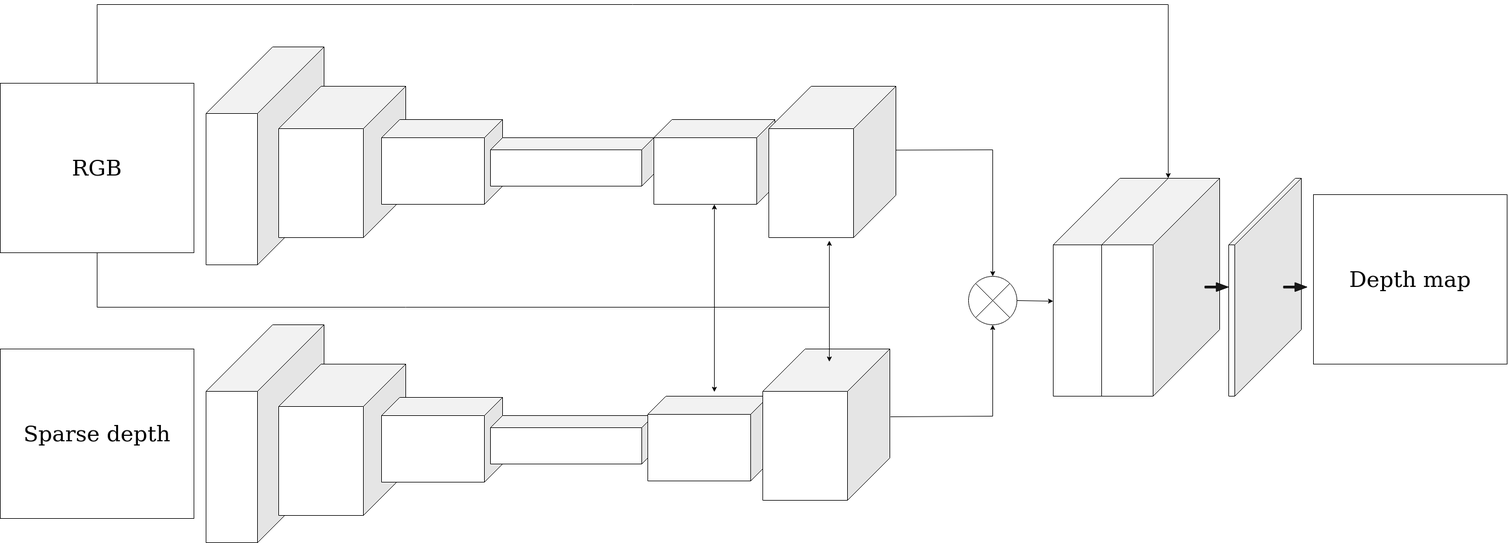
Before: model_architecture.drawio.png, a diagram exported from draw.io (dimarapis/LightweightDepthCompletion). Source tidied: cells renumbered, new cells last; positions are measured from the earlier drawing's top-left corner, leaving out a move shared by most shapes. The source it was exported from:
```xml
<mxGraphModel>
  <root>
    <mxCell id="0" />
    <mxCell id="1" parent="0" />
    <mxCell id="2" style="shape=cube;whiteSpace=wrap;html=1;boundedLbl=1;backgroundOutline=1;darkOpacity=0.05;darkOpacity2=0.1;flipH=1;size=110;" parent="1" vertex="1">
      <mxGeometry x="340" y="70" width="195" height="360" as="geometry" />
    </mxCell>
    <mxCell id="3" style="shape=cube;whiteSpace=wrap;html=1;boundedLbl=1;backgroundOutline=1;darkOpacity=0.05;darkOpacity2=0.1;flipH=1;size=70;" parent="1" vertex="1">
      <mxGeometry x="460" y="135" width="210" height="250" as="geometry" />
    </mxCell>
    <mxCell id="4" style="shape=cube;whiteSpace=wrap;html=1;boundedLbl=1;backgroundOutline=1;darkOpacity=0.05;darkOpacity2=0.1;flipH=1;size=30;" parent="1" vertex="1">
      <mxGeometry x="630" y="190" width="200" height="140" as="geometry" />
    </mxCell>
    <mxCell id="5" style="shape=cube;whiteSpace=wrap;html=1;boundedLbl=1;backgroundOutline=1;darkOpacity=0.05;darkOpacity2=0.1;flipH=1;size=20;" parent="1" vertex="1">
      <mxGeometry x="810" y="220" width="270" height="80" as="geometry" />
    </mxCell>
    <mxCell id="6" value="&lt;div style=&quot;font-size: 36px;&quot;&gt;RGB&lt;/div&gt;" style="rounded=0;whiteSpace=wrap;html=1;" parent="1" vertex="1">
      <mxGeometry y="130" width="320" height="280" as="geometry" />
    </mxCell>
    <mxCell id="7" value="&lt;div style=&quot;font-size: 36px;&quot;&gt;Sparse depth&lt;br&gt;&lt;/div&gt;" style="rounded=0;whiteSpace=wrap;html=1;" parent="1" vertex="1">
      <mxGeometry y="569" width="320" height="280" as="geometry" />
    </mxCell>
    <mxCell id="8" style="endArrow=classic;html=1;rounded=0;fontSize=36;exitX=0.5;exitY=1;exitDx=0;exitDy=0;" parent="1" edge="1" source="6">
      <mxGeometry relative="1" as="geometry">
        <mxPoint x="1180" y="330" as="targetPoint" />
        <Array as="points">
          <mxPoint x="160" y="500" />
          <mxPoint x="1180" y="500" />
        </Array>
      </mxGeometry>
    </mxCell>
    <mxCell id="9" style="endArrow=classic;html=1;rounded=0;fontSize=36;" parent="1" edge="1">
      <mxGeometry relative="1" as="geometry">
        <mxPoint x="1170" y="500" as="sourcePoint" />
        <mxPoint x="1370" y="390" as="targetPoint" />
        <Array as="points">
          <mxPoint x="1370" y="500" />
        </Array>
      </mxGeometry>
    </mxCell>
    <mxCell id="10" style="shape=cube;whiteSpace=wrap;html=1;boundedLbl=1;backgroundOutline=1;darkOpacity=0.05;darkOpacity2=0.1;flipH=1;size=30;flipV=0;direction=east;" parent="1" vertex="1">
      <mxGeometry x="1080" y="190" width="200" height="140" as="geometry" />
    </mxCell>
    <mxCell id="11" style="shape=cube;whiteSpace=wrap;html=1;boundedLbl=1;backgroundOutline=1;darkOpacity=0.05;darkOpacity2=0.1;flipH=1;size=70;flipV=0;direction=east;" parent="1" vertex="1">
      <mxGeometry x="1270" y="135" width="210" height="250" as="geometry" />
    </mxCell>
    <mxCell id="12" style="shape=cube;whiteSpace=wrap;html=1;boundedLbl=1;backgroundOutline=1;darkOpacity=0.05;darkOpacity2=0.1;flipH=1;size=110;" parent="1" vertex="1">
      <mxGeometry x="1740" y="287" width="195" height="360" as="geometry" />
    </mxCell>
    <mxCell id="13" value="&lt;div style=&quot;font-size: 36px;&quot;&gt;Depth map&lt;br&gt;&lt;/div&gt;" style="rounded=0;whiteSpace=wrap;html=1;" parent="1" vertex="1">
      <mxGeometry x="2170" y="314" width="320" height="280" as="geometry" />
    </mxCell>
    <mxCell id="14" style="shape=cube;whiteSpace=wrap;html=1;boundedLbl=1;backgroundOutline=1;darkOpacity=0.05;darkOpacity2=0.1;flipH=1;size=110;" parent="1" vertex="1">
      <mxGeometry x="340" y="529" width="195" height="360" as="geometry" />
    </mxCell>
    <mxCell id="15" style="shape=cube;whiteSpace=wrap;html=1;boundedLbl=1;backgroundOutline=1;darkOpacity=0.05;darkOpacity2=0.1;flipH=1;size=70;" parent="1" vertex="1">
      <mxGeometry x="460" y="594" width="210" height="250" as="geometry" />
    </mxCell>
    <mxCell id="16" style="shape=cube;whiteSpace=wrap;html=1;boundedLbl=1;backgroundOutline=1;darkOpacity=0.05;darkOpacity2=0.1;flipH=1;size=30;" parent="1" vertex="1">
      <mxGeometry x="630" y="649" width="200" height="140" as="geometry" />
    </mxCell>
    <mxCell id="17" style="shape=cube;whiteSpace=wrap;html=1;boundedLbl=1;backgroundOutline=1;darkOpacity=0.05;darkOpacity2=0.1;flipH=1;size=20;" parent="1" vertex="1">
      <mxGeometry x="810" y="679" width="270" height="80" as="geometry" />
    </mxCell>
    <mxCell id="18" style="shape=cube;whiteSpace=wrap;html=1;boundedLbl=1;backgroundOutline=1;darkOpacity=0.05;darkOpacity2=0.1;flipH=1;size=30;flipV=0;direction=east;" parent="1" vertex="1">
      <mxGeometry x="1070" y="647" width="200" height="140" as="geometry" />
    </mxCell>
    <mxCell id="19" style="shape=cube;whiteSpace=wrap;html=1;boundedLbl=1;backgroundOutline=1;darkOpacity=0.05;darkOpacity2=0.1;flipH=1;size=70;flipV=0;direction=east;" parent="1" vertex="1">
      <mxGeometry x="1260" y="569" width="210" height="250" as="geometry" />
    </mxCell>
    <mxCell id="20" style="shape=cube;whiteSpace=wrap;html=1;boundedLbl=1;backgroundOutline=1;darkOpacity=0.05;darkOpacity2=0.1;flipH=1;size=110;" parent="1" vertex="1">
      <mxGeometry x="1820" y="287" width="195" height="360" as="geometry" />
    </mxCell>
    <mxCell id="21" style="endArrow=classic;html=1;rounded=0;fontSize=36;" parent="1" edge="1">
      <mxGeometry relative="1" as="geometry">
        <mxPoint x="1180" y="500" as="sourcePoint" />
        <mxPoint x="1180" y="640" as="targetPoint" />
      </mxGeometry>
    </mxCell>
    <mxCell id="22" style="endArrow=classic;html=1;rounded=0;fontSize=36;" parent="1" edge="1">
      <mxGeometry relative="1" as="geometry">
        <mxPoint x="1370" y="500" as="sourcePoint" />
        <mxPoint x="1370" y="590" as="targetPoint" />
      </mxGeometry>
    </mxCell>
    <mxCell id="23" style="shape=cube;whiteSpace=wrap;html=1;boundedLbl=1;backgroundOutline=1;darkOpacity=0.05;darkOpacity2=0.1;flipH=1;size=110;" parent="1" vertex="1">
      <mxGeometry x="2030" y="287" width="120" height="360" as="geometry" />
    </mxCell>
    <mxCell id="24" style="shape=sumEllipse;perimeter=ellipsePerimeter;whiteSpace=wrap;html=1;backgroundOutline=1;fontSize=36;" parent="1" vertex="1">
      <mxGeometry x="1600" y="449" width="80" height="80" as="geometry" />
    </mxCell>
    <mxCell id="25" style="endArrow=classic;html=1;rounded=0;fontSize=36;exitX=0.5;exitY=0;exitDx=0;exitDy=0;entryX=0;entryY=0;entryDx=85;entryDy=0;entryPerimeter=0;" parent="1" edge="1" source="6" target="20">
      <mxGeometry relative="1" as="geometry">
        <Array as="points">
          <mxPoint x="160" />
          <mxPoint x="1930" />
        </Array>
      </mxGeometry>
    </mxCell>
    <mxCell id="26" style="endArrow=classic;html=1;rounded=0;fontSize=36;entryX=0.5;entryY=1;entryDx=0;entryDy=0;exitX=-0.005;exitY=0.448;exitDx=0;exitDy=0;exitPerimeter=0;" parent="1" edge="1" source="19" target="24">
      <mxGeometry relative="1" as="geometry">
        <Array as="points">
          <mxPoint x="1640" y="680" />
        </Array>
      </mxGeometry>
    </mxCell>
    <mxCell id="27" style="endArrow=classic;html=1;rounded=0;fontSize=36;entryX=0.5;entryY=0;entryDx=0;entryDy=0;exitX=0;exitY=0.422;exitDx=0;exitDy=0;exitPerimeter=0;" parent="1" edge="1" source="11" target="24">
      <mxGeometry relative="1" as="geometry">
        <Array as="points">
          <mxPoint x="1640" y="240" />
        </Array>
      </mxGeometry>
    </mxCell>
    <mxCell id="28" style="endArrow=classic;html=1;rounded=0;fontSize=36;exitX=1;exitY=0.5;exitDx=0;exitDy=0;entryX=1;entryY=0.564;entryDx=0;entryDy=0;entryPerimeter=0;" parent="1" edge="1" source="24" target="12">
      <mxGeometry relative="1" as="geometry" />
    </mxCell>
    <mxCell id="29" style="shape=flexArrow;endArrow=classic;html=1;rounded=0;fontSize=36;endWidth=10.46979865771812;endSize=6.3731543624161064;width=3.3557046979865772;fillColor=#1A1A1A;" parent="1" edge="1">
      <mxGeometry relative="1" as="geometry">
        <mxPoint x="1990" y="466.7" as="sourcePoint" />
        <mxPoint x="2030" y="466.7" as="targetPoint" />
      </mxGeometry>
    </mxCell>
    <mxCell id="30" style="shape=flexArrow;endArrow=classic;html=1;rounded=0;fontSize=36;endWidth=10.46979865771812;endSize=6.3731543624161064;width=3.3557046979865772;fillColor=#1A1A1A;" parent="1" edge="1">
      <mxGeometry relative="1" as="geometry">
        <mxPoint x="2120" y="466.7" as="sourcePoint" />
        <mxPoint x="2160" y="466.7" as="targetPoint" />
      </mxGeometry>
    </mxCell>
  </root>
</mxGraphModel>
```
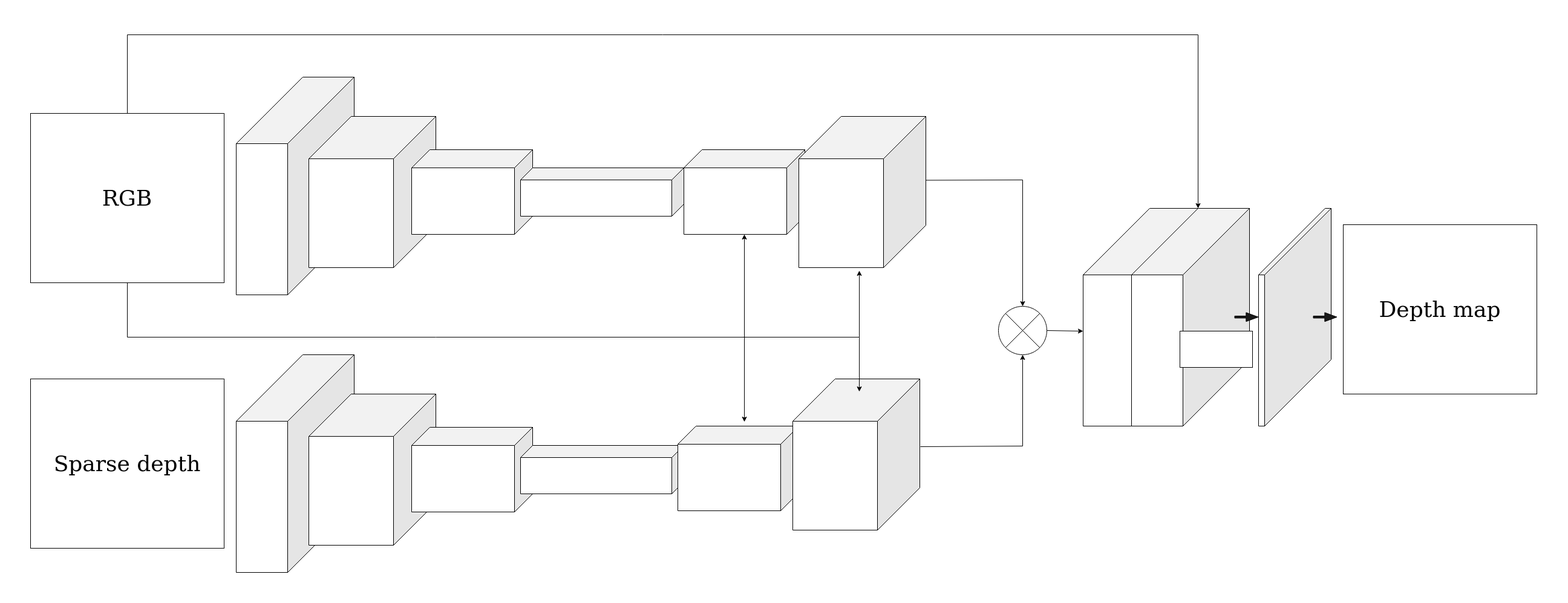
The same diagram one commit later.

The edit, as a diff of the source:
```diff
@@ -126,5 +126,14 @@
         <mxPoint x="2160" y="466.7" as="targetPoint" />
       </mxGeometry>
     </mxCell>
+    <mxCell id="31" style="rounded=1;whiteSpace=wrap;html=1;fontSize=36;" parent="1" vertex="1">
+      <mxGeometry x="1900" y="490" width="120" height="60" as="geometry" />
+    </mxCell>
+    <mxCell id="32" style="rounded=0;whiteSpace=wrap;html=1;fontSize=36;" parent="1" vertex="1">
+      <mxGeometry x="1900" y="490" width="120" height="60" as="geometry" />
+    </mxCell>
+    <mxCell id="33" style="rounded=0;whiteSpace=wrap;html=1;fontSize=36;" parent="1" vertex="1">
+      <mxGeometry x="1900" y="490" width="120" height="60" as="geometry" />
+    </mxCell>
   </root>
 </mxGraphModel>
```
